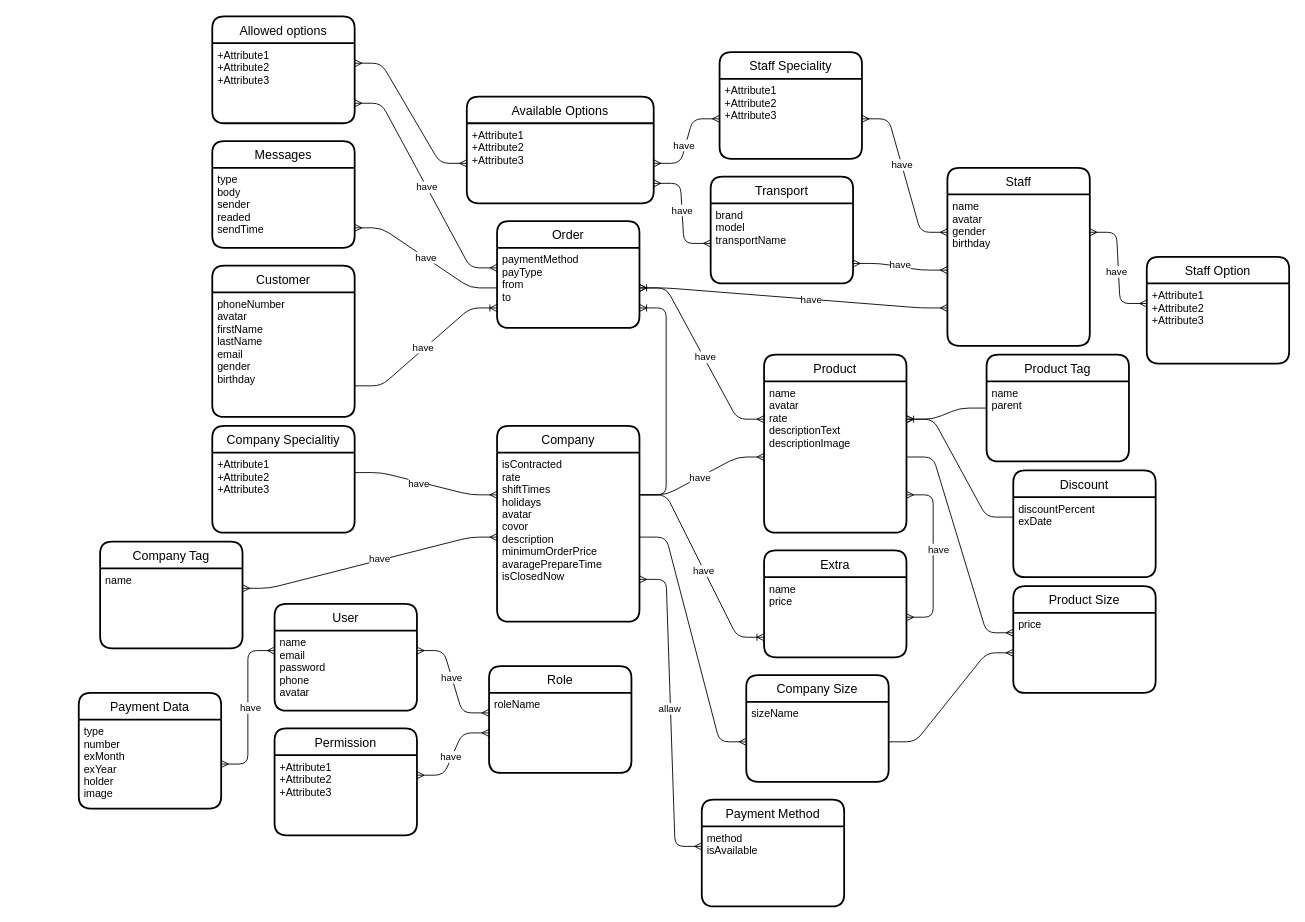
The draw.io diagram page "logical model" (2 of 2) of Delibox Diagram.drawio in DELIBOXsa/delibox-ER, before the edit. Source tidied: cells renumbered, new cells numbered last; positions are measured from the earlier drawing's top-left corner, leaving out a move shared by most shapes. Both pictures are drawn from the tidied source at 89%, with x=0, y=0 at pixel (78, 16).
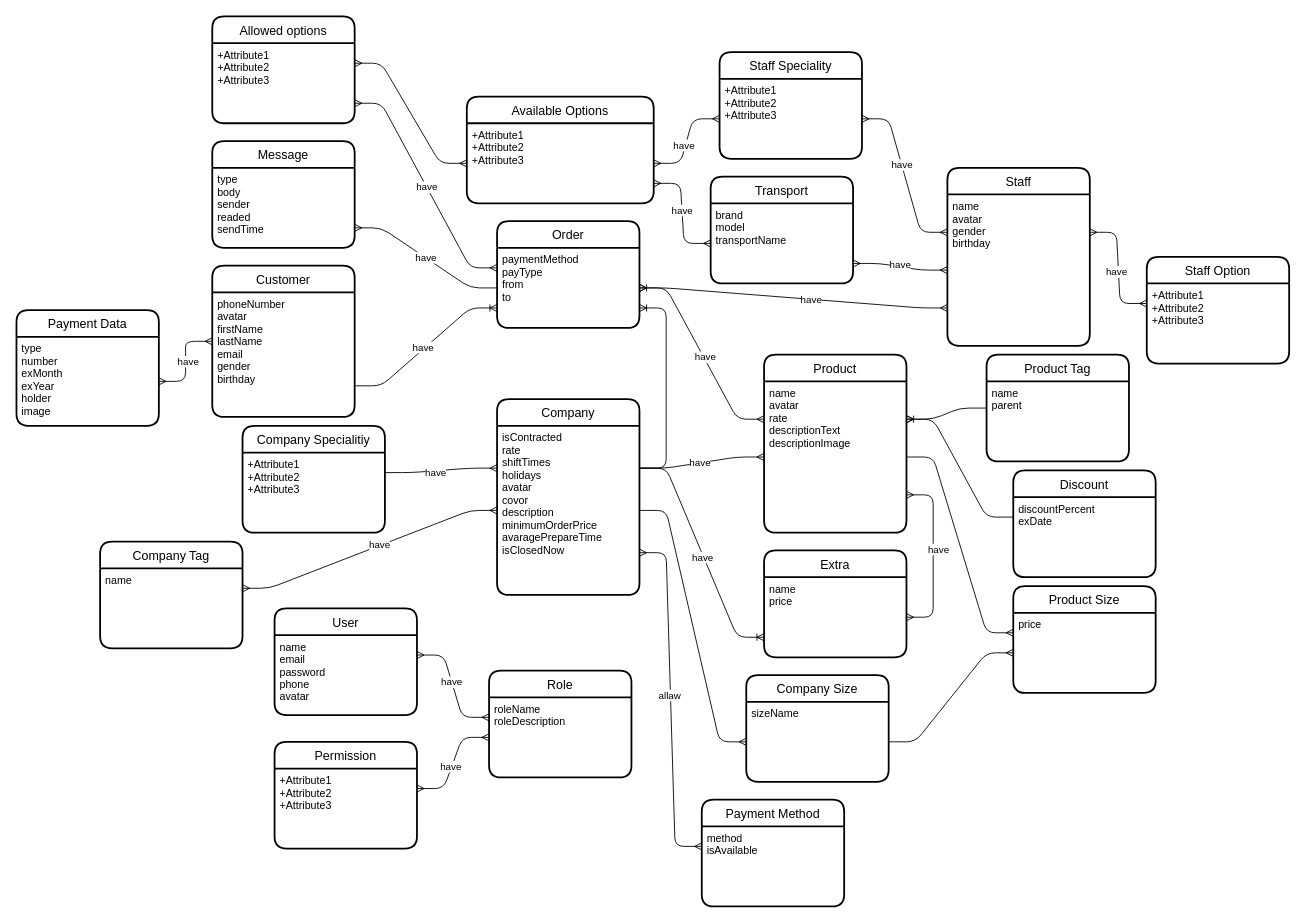
After the change.

The change refers to these unchanged cells:
```xml
<mxCell id="4" value="Customer" style="swimlane;horizontal=1;startSize=30;fontSize=14;fontStyle=0;strokeWidth=2;shadow=0;dashed=0;align=center;rounded=1;" parent="1" vertex="1">
  <mxGeometry x="150" y="280" width="160" height="170" as="geometry" />
</mxCell>
<mxCell id="13" value="name&#10;email&#10;password&#10;phone&#10;avatar" style="align=left;strokeColor=none;fillColor=none;spacingLeft=4;fontSize=12;verticalAlign=top;rounded=1;" parent="12" vertex="1">
  <mxGeometry y="30" width="160" height="90" as="geometry" />
</mxCell>
<mxCell id="68" value="type&#10;number&#10;exMonth&#10;exYear&#10;holder&#10;image" style="align=left;strokeColor=none;fillColor=none;spacingLeft=4;fontSize=12;verticalAlign=top;rounded=0;sketch=0;" parent="67" vertex="1">
  <mxGeometry y="30" width="160" height="100" as="geometry" />
</mxCell>
```

Diff of the diagram source:
```diff
@@
     <mxCell id="2" value="Company" style="swimlane;horizontal=1;startSize=30;fontSize=14;fontStyle=0;strokeWidth=2;shadow=0;dashed=0;align=center;rounded=1;" parent="1" vertex="1">
-      <mxGeometry x="470" y="460" width="160" height="220" as="geometry" />
+      <mxGeometry x="470" y="430" width="160" height="220" as="geometry" />
     </mxCell>
@@
     <mxCell id="12" value="User" style="swimlane;horizontal=1;startSize=30;fontSize=14;fontStyle=0;strokeWidth=2;shadow=0;dashed=0;align=center;rounded=1;" parent="1" vertex="1">
-      <mxGeometry x="220" y="660" width="160" height="120" as="geometry" />
+      <mxGeometry x="220" y="665" width="160" height="120" as="geometry" />
     </mxCell>
@@
-    <mxCell id="22" value="Messages" style="swimlane;horizontal=1;startSize=30;rounded=1;fontSize=14;fontStyle=0;strokeWidth=2;shadow=0;dashed=0;align=center;" parent="1" vertex="1">
+    <mxCell id="22" value="Message" style="swimlane;horizontal=1;startSize=30;rounded=1;fontSize=14;fontStyle=0;strokeWidth=2;shadow=0;dashed=0;align=center;" parent="1" vertex="1">
       <mxGeometry x="150" y="140" width="160" height="120" as="geometry" />
     </mxCell>
@@
     <mxCell id="40" value="Role" style="swimlane;horizontal=1;startSize=30;rounded=1;fontSize=14;fontStyle=0;strokeWidth=2;shadow=0;dashed=0;align=center;" parent="1" vertex="1">
-      <mxGeometry x="461" y="730" width="160" height="120" as="geometry" />
+      <mxGeometry x="461" y="735" width="160" height="120" as="geometry" />
     </mxCell>
-    <mxCell id="41" value="roleName" style="align=left;strokeColor=none;fillColor=none;spacingLeft=4;fontSize=12;verticalAlign=top;rounded=1;" parent="40" vertex="1">
+    <mxCell id="41" value="roleName&#10;roleDescription&#10;" style="align=left;strokeColor=none;fillColor=none;spacingLeft=4;fontSize=12;verticalAlign=top;rounded=1;" parent="40" vertex="1">
       <mxGeometry y="30" width="160" height="90" as="geometry" />
     </mxCell>
@@
     <mxCell id="44" value="Permission" style="swimlane;horizontal=1;startSize=30;rounded=1;fontSize=14;fontStyle=0;strokeWidth=2;shadow=0;dashed=0;align=center;" parent="1" vertex="1">
-      <mxGeometry x="220" y="800" width="160" height="120" as="geometry" />
+      <mxGeometry x="220" y="815" width="160" height="120" as="geometry" />
     </mxCell>
@@
     <mxCell id="67" value="Payment Data" style="swimlane;horizontal=1;startSize=30;rounded=1;fontSize=14;fontStyle=0;strokeWidth=2;shadow=0;dashed=0;align=center;sketch=0;" parent="1" vertex="1">
-      <mxGeometry y="760" width="160" height="130" as="geometry" />
+      <mxGeometry x="-70" y="330" width="160" height="130" as="geometry" />
     </mxCell>
@@
-    <mxCell id="69" style="edgeStyle=entityRelationEdgeStyle;fontSize=12;html=1;endArrow=ERmany;startArrow=ERmany;rounded=1;sketch=0;curved=0;entryX=0;entryY=0.25;entryDx=0;entryDy=0;" parent="1" edge="1" source="68" target="13">
+    <mxCell id="69" style="edgeStyle=entityRelationEdgeStyle;fontSize=12;html=1;endArrow=ERmany;startArrow=ERmany;rounded=1;sketch=0;curved=0;entryX=0;entryY=0.5;entryDx=0;entryDy=0;" parent="1" edge="1" source="68" target="4">
       <mxGeometry relative="1" as="geometry" />
     </mxCell>
@@
     <mxCell id="71" value="Company Specialitiy" style="swimlane;horizontal=1;startSize=30;rounded=1;fontSize=14;fontStyle=0;strokeWidth=2;shadow=0;dashed=0;align=center;sketch=0;" parent="1" vertex="1">
-      <mxGeometry x="150" y="460" width="160" height="120" as="geometry" />
+      <mxGeometry x="184" y="460" width="160" height="120" as="geometry" />
     </mxCell>
```
